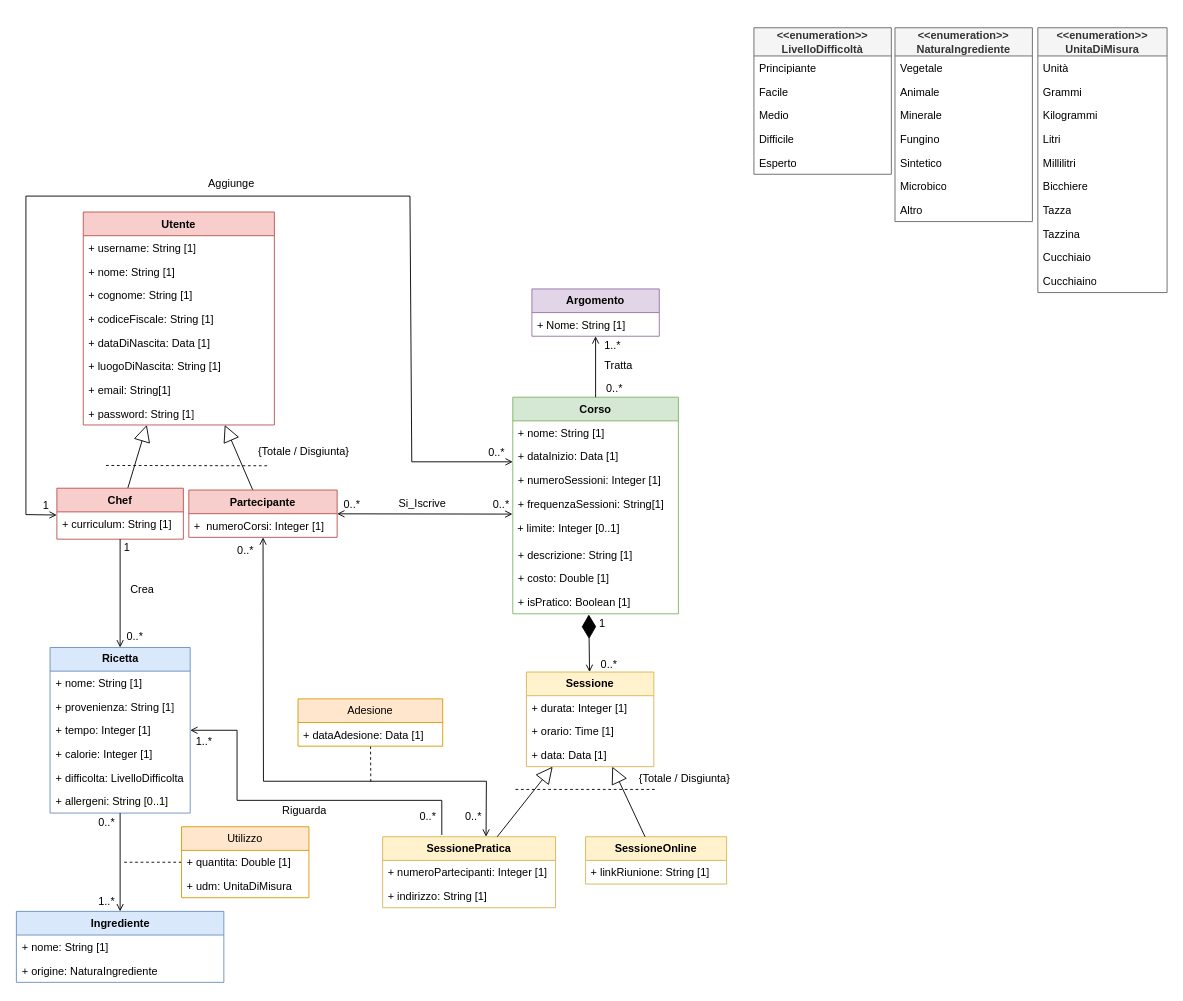
Above: page "Pagina-1" (1 of 2) of Object Orientation/UninaFoodLab_UML.drawio in KiyoWasTakenn/UninaFoodLab (draw.io), before the change. Source tidied: cells renumbered, new cells numbered last; positions are measured from the earlier drawing's top-left corner, leaving out a move shared by most shapes. Both pictures are drawn from the tidied source at 91%, with x=0, y=0 at pixel (15, 27).
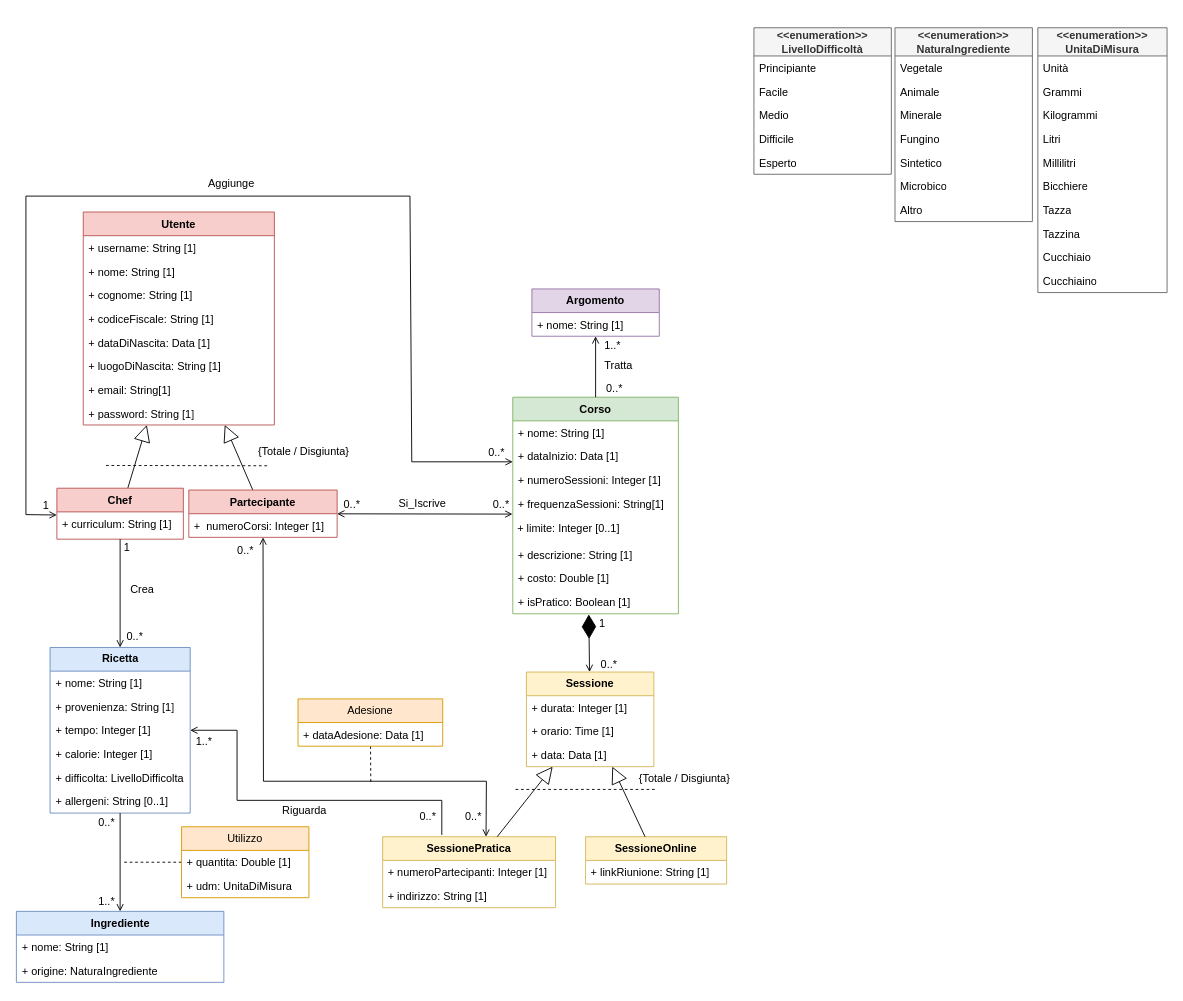
After the change.

The change refers to these unchanged cells:
```xml
<mxCell id="20" value="&lt;div style=&quot;text-align: left;&quot;&gt;&lt;b&gt;Argomento&lt;/b&gt;&lt;/div&gt;" style="swimlane;fontStyle=0;horizontal=1;startSize=26;whiteSpace=wrap;html=1;fillColor=#e1d5e7;strokeColor=#9673a6;" parent="1" vertex="1">
  <mxGeometry x="567" y="287" width="140" height="52" as="geometry" />
</mxCell>
```

Change to the diagram source:
```diff
@@
-    <mxCell id="21" value="+ Nome: String [1]" style="text;strokeColor=none;fillColor=none;align=left;verticalAlign=top;spacingLeft=4;spacingRight=4;overflow=hidden;whiteSpace=wrap;html=1;" parent="20" vertex="1">
+    <mxCell id="21" value="+ nome: String [1]" style="text;strokeColor=none;fillColor=none;align=left;verticalAlign=top;spacingLeft=4;spacingRight=4;overflow=hidden;whiteSpace=wrap;html=1;" parent="20" vertex="1">
       <mxGeometry y="26" width="140" height="26" as="geometry" />
     </mxCell>
```
